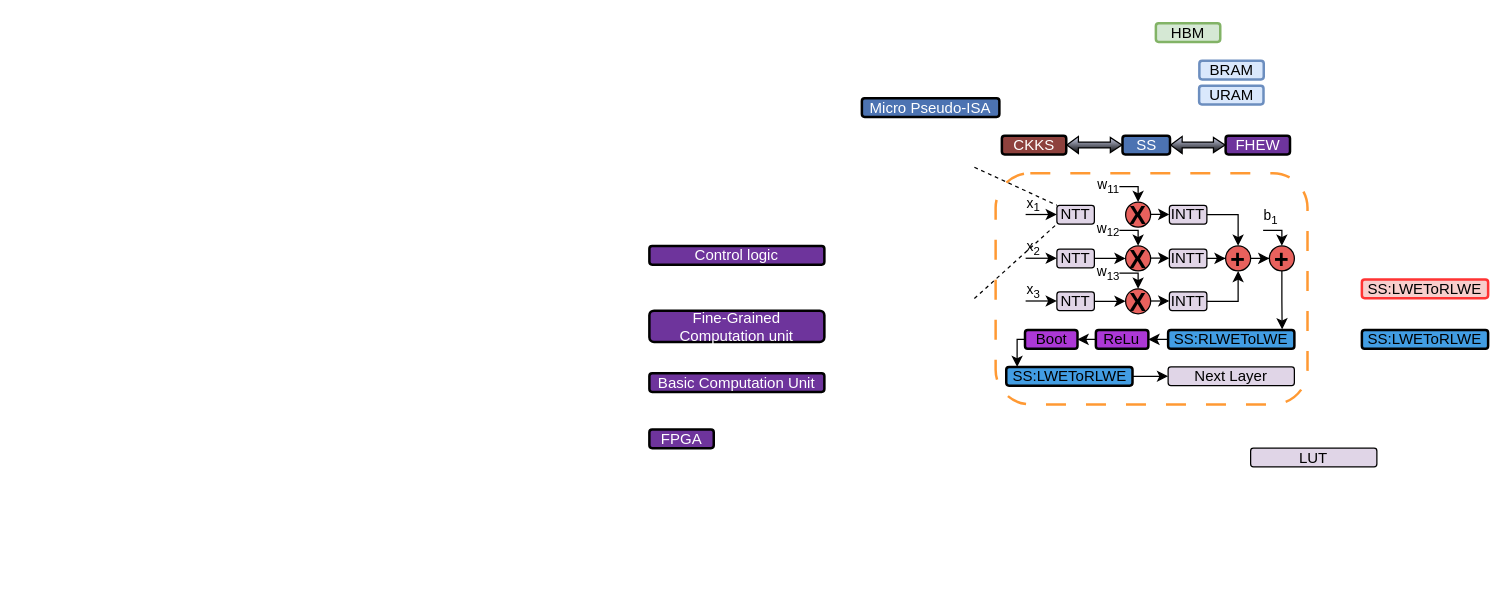
Earlier version of the draw.io diagram DAC overall architecture.drawio (ZKY6662017/iodraw-files). Source tidied: cells renumbered, new cells numbered last; positions are measured from the earlier drawing's top-left corner, leaving out a move shared by most shapes. Both pictures are drawn from the tidied source at 125%, with x=0, y=0 at pixel (649, 22).
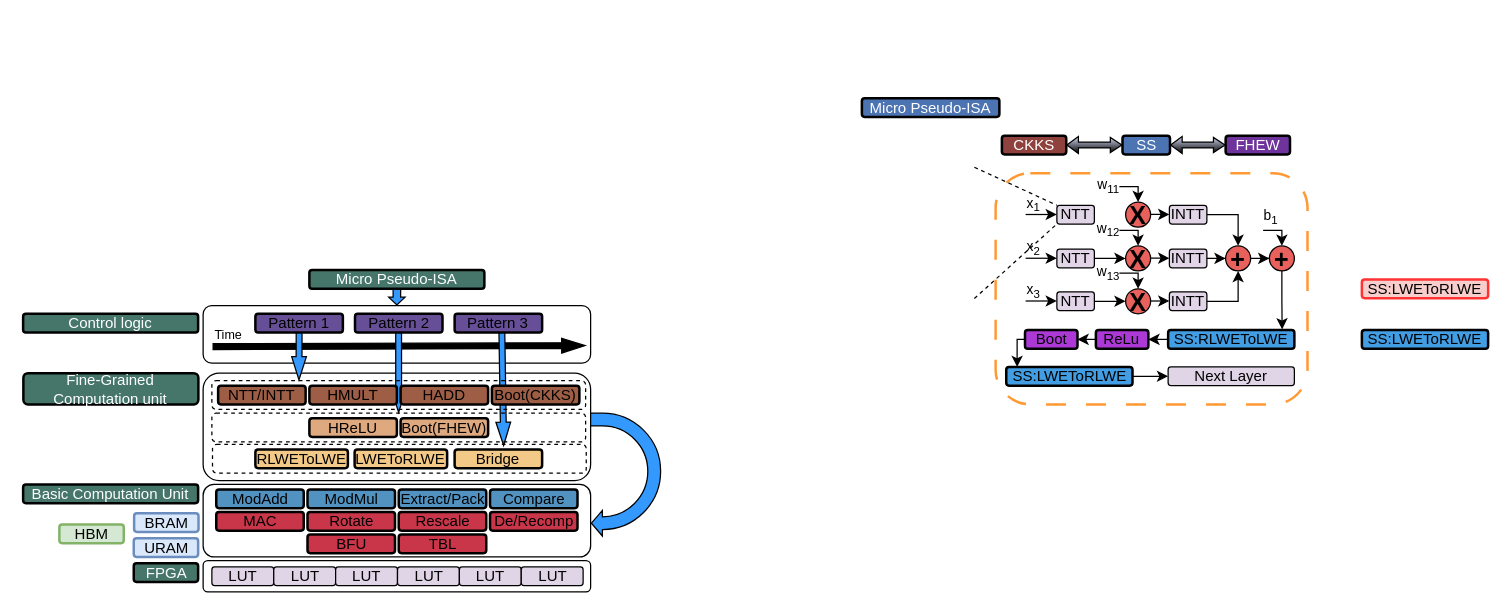
After the change.

Change to the diagram source:
```diff
@@
+    <mxCell id="65" style="rounded=1;whiteSpace=wrap;html=1;fillColor=none;" parent="1" vertex="1">
+      <mxGeometry x="-357" y="280" width="310" height="86" as="geometry" />
+    </mxCell>
@@
     <mxCell id="55" value="LUT" style="rounded=1;whiteSpace=wrap;html=1;fillColor=#e0d5e7;" parent="1" vertex="1">
-      <mxGeometry x="481" y="340" width="101" height="15" as="geometry" />
+      <mxGeometry x="-350" y="435" width="49.5" height="15" as="geometry" />
     </mxCell>
-    <mxCell id="56" value="FPGA" style="rounded=1;whiteSpace=wrap;html=1;fontStyle=0;strokeWidth=2;strokeColor=default;fillColor=#6e349c;fontColor=#FFFFFF;" parent="1" vertex="1">
-      <mxGeometry y="325" width="51.5" height="15" as="geometry" />
+    <mxCell id="56" value="FPGA" style="rounded=1;whiteSpace=wrap;html=1;fontStyle=0;strokeWidth=2;strokeColor=default;fillColor=#46766A;fontColor=#FFFFFF;" parent="1" vertex="1">
+      <mxGeometry x="-412.5" y="432" width="51.5" height="15" as="geometry" />
     </mxCell>
-    <mxCell id="57" value="Basic Computation Unit" style="rounded=1;whiteSpace=wrap;html=1;fontStyle=0;strokeWidth=2;strokeColor=default;fillColor=#6e349c;fontColor=#FFFFFF;" parent="1" vertex="1">
-      <mxGeometry y="280" width="140" height="15" as="geometry" />
+    <mxCell id="57" value="Basic Computation Unit" style="rounded=1;whiteSpace=wrap;html=1;fontStyle=0;strokeWidth=2;strokeColor=default;fillColor=#46766A;fontColor=#FFFFFF;" parent="1" vertex="1">
+      <mxGeometry x="-501" y="369" width="140" height="15" as="geometry" />
     </mxCell>
-    <mxCell id="58" value="Fine-Grained Computation unit" style="rounded=1;whiteSpace=wrap;html=1;fontStyle=0;strokeWidth=2;strokeColor=default;fillColor=#6e349c;fontColor=#FFFFFF;" parent="1" vertex="1">
-      <mxGeometry y="230" width="140" height="25" as="geometry" />
+    <mxCell id="58" value="Fine-Grained Computation unit" style="rounded=1;whiteSpace=wrap;html=1;fontStyle=0;strokeWidth=2;strokeColor=default;fillColor=#46766A;fontColor=#FFFFFF;" parent="1" vertex="1">
+      <mxGeometry x="-500.8" y="280" width="140" height="25" as="geometry" />
     </mxCell>
-    <mxCell id="59" value="Control logic" style="rounded=1;whiteSpace=wrap;html=1;fontStyle=0;strokeWidth=2;strokeColor=default;fillColor=#6e349c;fontColor=#FFFFFF;" parent="1" vertex="1">
-      <mxGeometry y="178.2" width="140" height="15" as="geometry" />
+    <mxCell id="59" value="Control logic" style="rounded=1;whiteSpace=wrap;html=1;fontStyle=0;strokeWidth=2;strokeColor=default;fillColor=#46766A;fontColor=#FFFFFF;" parent="1" vertex="1">
+      <mxGeometry x="-501" y="232.5" width="140" height="15" as="geometry" />
     </mxCell>
@@
     <mxCell id="61" value="HBM" style="rounded=1;whiteSpace=wrap;html=1;strokeColor=#82b366;fillColor=#d5e8d4;fontStyle=0;strokeWidth=2;" parent="1" vertex="1">
-      <mxGeometry x="405.2" width="51.5" height="15" as="geometry" />
+      <mxGeometry x="-472" y="401" width="51.5" height="15" as="geometry" />
     </mxCell>
     <mxCell id="62" value="BRAM" style="rounded=1;whiteSpace=wrap;html=1;strokeColor=#6c8ebf;fillColor=#dae8fc;fontStyle=0;strokeWidth=2;" parent="1" vertex="1">
-      <mxGeometry x="440" y="30" width="51.5" height="15" as="geometry" />
+      <mxGeometry x="-412.2" y="392" width="51.5" height="15" as="geometry" />
     </mxCell>
     <mxCell id="63" value="URAM" style="rounded=1;whiteSpace=wrap;html=1;strokeColor=#6c8ebf;fillColor=#dae8fc;fontStyle=0;strokeWidth=2;" parent="1" vertex="1">
-      <mxGeometry x="439.8" y="50" width="51.5" height="15" as="geometry" />
+      <mxGeometry x="-412.5" y="412" width="51.5" height="15" as="geometry" />
     </mxCell>
@@
+    <mxCell id="66" style="rounded=1;whiteSpace=wrap;html=1;fillColor=none;" parent="1" vertex="1">
+      <mxGeometry x="-357" y="430" width="310" height="25" as="geometry" />
+    </mxCell>
+    <mxCell id="67" value="LUT" style="rounded=1;whiteSpace=wrap;html=1;fillColor=#e0d5e7;" parent="1" vertex="1">
+      <mxGeometry x="-300.5" y="435" width="49.5" height="15" as="geometry" />
+    </mxCell>
+    <mxCell id="68" value="LUT" style="rounded=1;whiteSpace=wrap;html=1;fillColor=#e0d5e7;" parent="1" vertex="1">
+      <mxGeometry x="-251" y="435" width="49.5" height="15" as="geometry" />
+    </mxCell>
+    <mxCell id="69" value="LUT" style="rounded=1;whiteSpace=wrap;html=1;fillColor=#e0d5e7;" parent="1" vertex="1">
+      <mxGeometry x="-201.5" y="435" width="49.5" height="15" as="geometry" />
+    </mxCell>
+    <mxCell id="70" value="LUT" style="rounded=1;whiteSpace=wrap;html=1;fillColor=#e0d5e7;" parent="1" vertex="1">
+      <mxGeometry x="-152" y="435" width="49.5" height="15" as="geometry" />
+    </mxCell>
+    <mxCell id="71" value="LUT" style="rounded=1;whiteSpace=wrap;html=1;fillColor=#e0d5e7;" parent="1" vertex="1">
+      <mxGeometry x="-102.5" y="435" width="49.5" height="15" as="geometry" />
+    </mxCell>
+    <mxCell id="72" style="rounded=1;whiteSpace=wrap;html=1;fillColor=none;" parent="1" vertex="1">
+      <mxGeometry x="-357" y="369" width="310" height="58" as="geometry" />
+    </mxCell>
+    <mxCell id="73" value="ModAdd" style="rounded=1;whiteSpace=wrap;html=1;fillColor=#5292C0;strokeWidth=2;glass=0;shadow=0;" parent="1" vertex="1">
+      <mxGeometry x="-346.5" y="373" width="70" height="15" as="geometry" />
+    </mxCell>
+    <mxCell id="74" value="ModMul" style="rounded=1;whiteSpace=wrap;html=1;fillColor=#5292C0;strokeWidth=2;glass=0;shadow=0;" parent="1" vertex="1">
+      <mxGeometry x="-273.5" y="373" width="70" height="15" as="geometry" />
+    </mxCell>
+    <mxCell id="75" value="BFU" style="rounded=1;whiteSpace=wrap;html=1;fillColor=#C93649;strokeWidth=2;glass=0;shadow=0;" parent="1" vertex="1">
+      <mxGeometry x="-273.5" y="409" width="70" height="15" as="geometry" />
+    </mxCell>
+    <mxCell id="76" value="De/Recomp" style="rounded=1;whiteSpace=wrap;html=1;fillColor=#C93649;strokeWidth=2;glass=0;shadow=0;" parent="1" vertex="1">
+      <mxGeometry x="-127.5" y="391" width="70" height="15" as="geometry" />
+    </mxCell>
+    <mxCell id="77" value="MAC" style="rounded=1;whiteSpace=wrap;html=1;fillColor=#C93649;strokeWidth=2;glass=0;shadow=0;" parent="1" vertex="1">
+      <mxGeometry x="-346.5" y="391" width="70" height="15" as="geometry" />
+    </mxCell>
+    <mxCell id="78" value="Rotate" style="rounded=1;whiteSpace=wrap;html=1;fillColor=#C93649;strokeWidth=2;glass=0;shadow=0;" parent="1" vertex="1">
+      <mxGeometry x="-273.5" y="391" width="70" height="15" as="geometry" />
+    </mxCell>
+    <mxCell id="79" value="Rescale" style="rounded=1;whiteSpace=wrap;html=1;fillColor=#C93649;strokeWidth=2;glass=0;shadow=0;" parent="1" vertex="1">
+      <mxGeometry x="-200.5" y="391" width="70" height="15" as="geometry" />
+    </mxCell>
+    <mxCell id="80" value="Compare" style="rounded=1;whiteSpace=wrap;html=1;fillColor=#5292C0;strokeWidth=2;glass=0;shadow=0;" parent="1" vertex="1">
+      <mxGeometry x="-127.5" y="373" width="70" height="15" as="geometry" />
+    </mxCell>
+    <mxCell id="81" value="Extract/Pack" style="rounded=1;whiteSpace=wrap;html=1;fillColor=#5292C0;strokeWidth=2;" parent="1" vertex="1">
+      <mxGeometry x="-200.5" y="373" width="70" height="15" as="geometry" />
+    </mxCell>
+    <mxCell id="82" value="TBL" style="rounded=1;whiteSpace=wrap;html=1;fillColor=#C93649;strokeWidth=2;" parent="1" vertex="1">
+      <mxGeometry x="-200.5" y="409" width="70" height="15" as="geometry" />
+    </mxCell>
+    <mxCell id="83" value="NTT/INTT" style="rounded=1;whiteSpace=wrap;html=1;fillColor=#9E5E45;strokeWidth=2;glass=0;shadow=0;" parent="1" vertex="1">
+      <mxGeometry x="-345" y="290" width="70" height="15" as="geometry" />
+    </mxCell>
+    <mxCell id="84" value="Bridge" style="rounded=1;whiteSpace=wrap;html=1;fillColor=#F2C987;strokeWidth=2;glass=0;shadow=0;" parent="1" vertex="1">
+      <mxGeometry x="-155.8" y="341" width="70" height="15" as="geometry" />
+    </mxCell>
+    <mxCell id="85" value="LWEToRLWE" style="rounded=1;whiteSpace=wrap;html=1;fillColor=#F2C987;strokeWidth=2;glass=0;shadow=0;" parent="1" vertex="1">
+      <mxGeometry x="-235.8" y="341" width="74" height="15" as="geometry" />
+    </mxCell>
+    <mxCell id="86" value="HReLU" style="rounded=1;whiteSpace=wrap;html=1;fillColor=#DEA97F;strokeWidth=2;glass=0;shadow=0;" parent="1" vertex="1">
+      <mxGeometry x="-272" y="316" width="70" height="15" as="geometry" />
+    </mxCell>
+    <mxCell id="87" value="Boot(FHEW)" style="rounded=1;whiteSpace=wrap;html=1;fillColor=#DEA97F;strokeWidth=2;glass=0;shadow=0;" parent="1" vertex="1">
+      <mxGeometry x="-199" y="316" width="70" height="15" as="geometry" />
+    </mxCell>
+    <mxCell id="88" value="RLWEToLWE" style="rounded=1;whiteSpace=wrap;html=1;fillColor=#F2C987;strokeWidth=2;glass=0;shadow=0;" parent="1" vertex="1">
+      <mxGeometry x="-315.2" y="341" width="74" height="15" as="geometry" />
+    </mxCell>
+    <mxCell id="89" style="rounded=1;whiteSpace=wrap;html=1;fillColor=none;dashed=1;" parent="1" vertex="1">
+      <mxGeometry x="-349.5" y="337" width="299" height="23" as="geometry" />
+    </mxCell>
+    <mxCell id="90" style="rounded=1;whiteSpace=wrap;html=1;fillColor=none;" parent="1" vertex="1">
+      <mxGeometry x="-357" y="226" width="310" height="46" as="geometry" />
+    </mxCell>
+    <mxCell id="91" style="shape=flexArrow;endArrow=classic;html=1;rounded=0;width=4.666666666666667;endSize=5.886666666666667;endWidth=6.111111111111111;fillColor=#000000;" parent="1" edge="1">
+      <mxGeometry relative="1" as="geometry">
+        <mxPoint x="-349.5" y="258.8" as="sourcePoint" />
+        <mxPoint x="-51" y="258" as="targetPoint" />
+      </mxGeometry>
+    </mxCell>
+    <mxCell id="92" value="Pattern 1" style="rounded=1;whiteSpace=wrap;html=1;fillColor=#664F97;strokeWidth=2;glass=0;shadow=0;" parent="1" vertex="1">
+      <mxGeometry x="-315.2" y="232.5" width="70" height="15" as="geometry" />
+    </mxCell>
+    <mxCell id="93" value="Pattern 2" style="rounded=1;whiteSpace=wrap;html=1;fillColor=#664F97;strokeWidth=2;glass=0;shadow=0;" parent="1" vertex="1">
+      <mxGeometry x="-235.5" y="232.5" width="70" height="15" as="geometry" />
+    </mxCell>
+    <mxCell id="94" value="Pattern 3" style="rounded=1;whiteSpace=wrap;html=1;fillColor=#664F97;strokeWidth=2;" parent="1" vertex="1">
+      <mxGeometry x="-155.8" y="232.5" width="70" height="15" as="geometry" />
+    </mxCell>
+    <mxCell id="95" style="shape=flexArrow;endArrow=classic;html=1;rounded=0;width=4.666666666666667;endSize=5.886666666666667;endWidth=6.111111111111111;fillColor=#3399FF;entryX=0.233;entryY=-0.001;entryDx=0;entryDy=0;exitX=0.5;exitY=1;exitDx=0;exitDy=0;entryPerimeter=0;" parent="1" edge="1" source="92" target="101">
+      <mxGeometry relative="1" as="geometry" />
+    </mxCell>
+    <mxCell id="96" style="shape=flexArrow;endArrow=classic;html=1;rounded=0;width=4.666666666666667;endSize=5.886666666666667;endWidth=6.111111111111111;fillColor=#3399FF;entryX=0.5;entryY=0;entryDx=0;entryDy=0;exitX=0.5;exitY=1;exitDx=0;exitDy=0;" parent="1" edge="1">
+      <mxGeometry relative="1" as="geometry">
+        <mxPoint x="-200.6" y="247.5" as="sourcePoint" />
+        <mxPoint x="-200.6" y="312" as="targetPoint" />
+      </mxGeometry>
+    </mxCell>
+    <mxCell id="97" style="shape=flexArrow;endArrow=classic;html=1;rounded=0;width=4.666666666666667;endSize=5.886666666666667;endWidth=6.111111111111111;fillColor=#3399FF;exitX=0.5;exitY=1;exitDx=0;exitDy=0;entryX=0.779;entryY=0.061;entryDx=0;entryDy=0;entryPerimeter=0;" parent="1" edge="1" target="89">
+      <mxGeometry relative="1" as="geometry">
+        <mxPoint x="-118" y="247.5" as="sourcePoint" />
+      </mxGeometry>
+    </mxCell>
+    <mxCell id="98" value="HMULT" style="rounded=1;whiteSpace=wrap;html=1;fillColor=#9E5E45;strokeWidth=2;glass=0;shadow=0;" parent="1" vertex="1">
+      <mxGeometry x="-272" y="290" width="70" height="15" as="geometry" />
+    </mxCell>
+    <mxCell id="99" value="Boot(CKKS)" style="rounded=1;whiteSpace=wrap;html=1;fillColor=#9E5E45;strokeWidth=2;glass=0;shadow=0;" parent="1" vertex="1">
+      <mxGeometry x="-126" y="290" width="70" height="15" as="geometry" />
+    </mxCell>
+    <mxCell id="100" value="HADD" style="rounded=1;whiteSpace=wrap;html=1;fillColor=#9E5E45;strokeWidth=2;" parent="1" vertex="1">
+      <mxGeometry x="-199" y="290" width="70" height="15" as="geometry" />
+    </mxCell>
+    <mxCell id="101" style="rounded=1;whiteSpace=wrap;html=1;fillColor=none;dashed=1;" parent="1" vertex="1">
+      <mxGeometry x="-350" y="286" width="299" height="23" as="geometry" />
+    </mxCell>
+    <mxCell id="102" style="rounded=1;whiteSpace=wrap;html=1;fillColor=none;dashed=1;" parent="1" vertex="1">
+      <mxGeometry x="-350" y="312" width="299" height="23" as="geometry" />
+    </mxCell>
+    <mxCell id="103" value="Time" style="text;html=1;whiteSpace=wrap;strokeColor=none;fillColor=none;align=center;verticalAlign=middle;rounded=0;strokeWidth=1;fontSize=10;" parent="1" vertex="1">
+      <mxGeometry x="-353" y="241" width="33" height="16" as="geometry" />
+    </mxCell>
+    <mxCell id="104" value="Micro Pseudo-ISA" style="rounded=1;whiteSpace=wrap;html=1;fontStyle=0;strokeWidth=2;strokeColor=default;fillColor=#46766A;fontColor=#FFFFFF;" parent="1" vertex="1">
+      <mxGeometry x="-272" y="197.5" width="140" height="15" as="geometry" />
+    </mxCell>
+    <mxCell id="105" style="shape=flexArrow;endArrow=classic;html=1;rounded=0;width=6.027397260273973;endSize=1.7589041095890412;endWidth=6.111111111111111;fillColor=#3399FF;entryX=0.5;entryY=0;entryDx=0;entryDy=0;exitX=0.5;exitY=1;exitDx=0;exitDy=0;" parent="1" edge="1" source="104" target="90">
+      <mxGeometry relative="1" as="geometry" />
+    </mxCell>
+    <mxCell id="106" style="html=1;shadow=0;dashed=0;align=center;verticalAlign=middle;shape=mxgraph.arrows2.uTurnArrow;dy=5.13;arrowHead=20.49;dx2=8.8;rotation=-180;fillColor=#3399FF;" parent="1" vertex="1">
+      <mxGeometry x="-47" y="312" width="56" height="98.3" as="geometry" />
+    </mxCell>
```
